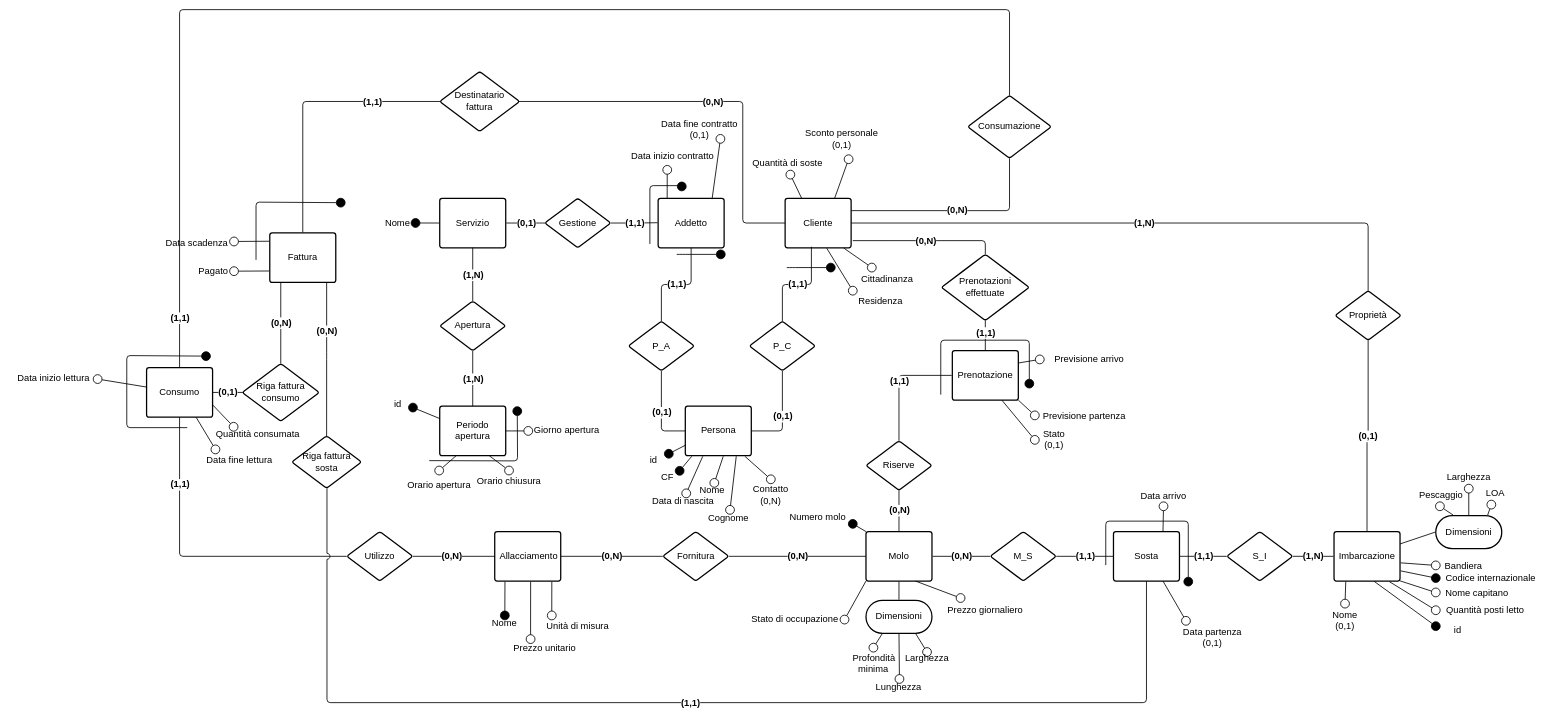
This is page "Logico" (2 of 3) of src_relazione_tex/Er.drawio from alessandro-massarenti/Progetto-basi-di-dati-2022, a draw.io file, before an edit. Source tidied: cells renumbered, new cells numbered last; positions are measured from the earlier drawing's top-left corner, leaving out a move shared by most shapes. Both pictures are drawn from the tidied source at 55%, with x=0, y=0 at pixel (9, 9).
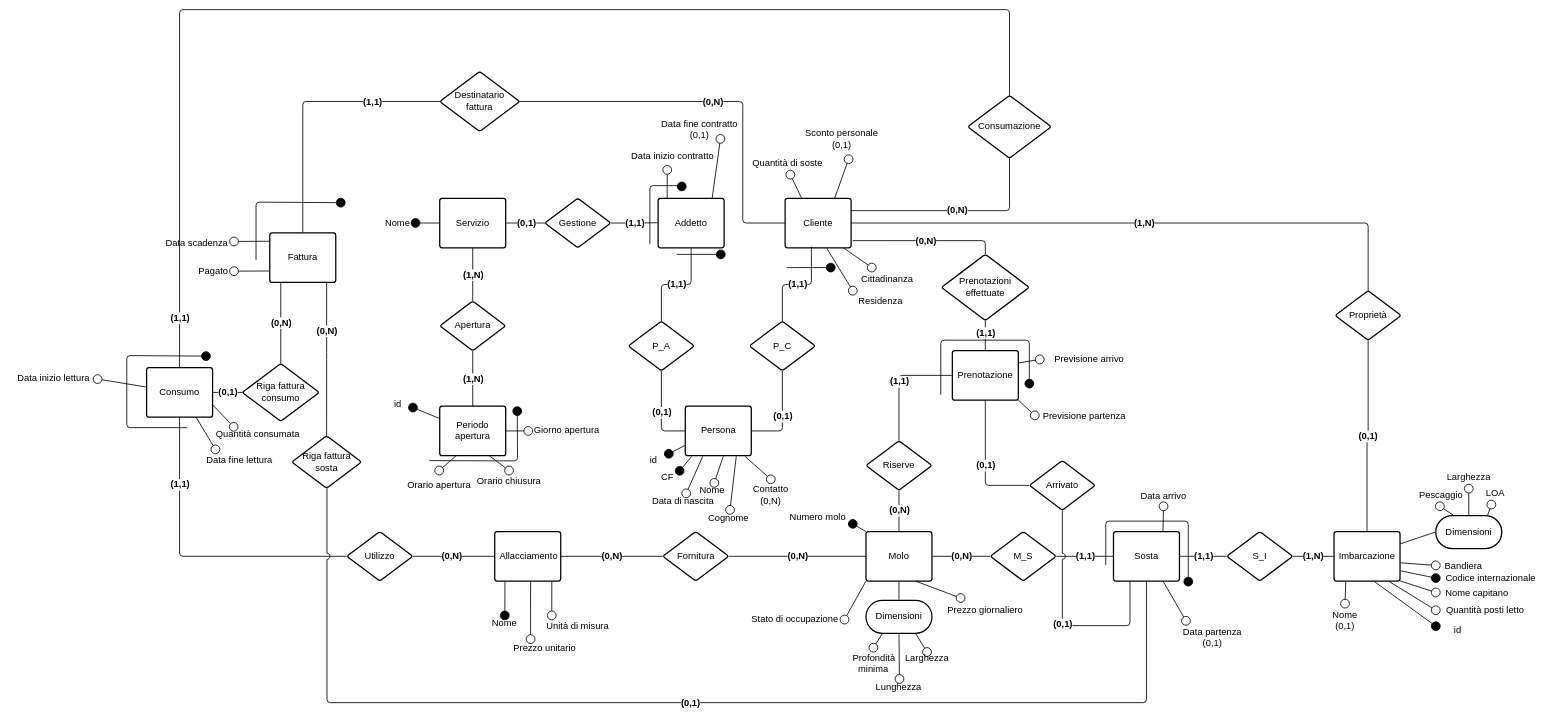
The same page after the edit.

Unchanged cells that the change refers to:
```xml
<mxCell id="98" value="Prenotazione" style="html=1;overflow=block;blockSpacing=1;whiteSpace=wrap;fontSize=17;fontColor=#000000;spacing=9;strokeColor=#000000;strokeOpacity=100;rounded=1;absoluteArcSize=1;arcSize=9;strokeWidth=2.3;" parent="1" vertex="1">
  <mxGeometry x="1714" y="620" width="120" height="90" as="geometry" />
</mxCell>
<mxCell id="143" value="Sosta" style="html=1;overflow=block;blockSpacing=1;whiteSpace=wrap;fontSize=17;fontColor=#000000;spacing=9;strokeColor=#000000;strokeOpacity=100;rounded=1;absoluteArcSize=1;arcSize=9;strokeWidth=2.3;" parent="1" vertex="1">
  <mxGeometry x="2007" y="949" width="120" height="90" as="geometry" />
</mxCell>
<mxCell id="168" style="html=1;jettySize=18;whiteSpace=wrap;fontSize=17;fontColor=#000000;fontStyle=1;strokeColor=#000000;strokeWidth=1.5;rounded=1;arcSize=12;edgeStyle=orthogonalEdgeStyle;startArrow=none;endArrow=none;exitX=0.5;exitY=1;exitDx=0;exitDy=0;jumpStyle=arc;jumpSize=10;" parent="1" edge="1" source="143" target="165">
  <mxGeometry relative="1" as="geometry">
    <Array as="points">
      <mxPoint x="2067" y="1260" />
      <mxPoint x="577" y="1260" />
    </Array>
  </mxGeometry>
</mxCell>
```

The edit, as a diff of the source:
```diff
@@
-    <mxCell id="169" value="(1,1)" style="text;html=1;labelBackgroundColor=default;align=center;verticalAlign=middle;fontStyle=1;fontColor=#000000;fontSize=17;" parent="168" vertex="1">
+    <mxCell id="169" value="(0,1)" style="text;html=1;labelBackgroundColor=default;align=center;verticalAlign=middle;fontStyle=1;fontColor=#000000;fontSize=17;" parent="168" vertex="1">
       <mxGeometry relative="1" as="geometry" />
     </mxCell>
@@
-    <mxCell id="171" value="Stato&lt;br&gt;(0,1)" style="html=1;overflow=block;blockSpacing=1;whiteSpace=wrap;fontSize=17;fontColor=#000000;spacing=0;fillColor=none;strokeWidth=1.5;strokeColor=none;" parent="1" vertex="1">
-      <mxGeometry x="1864" y="762" width="70" height="40.5" as="geometry" />
-    </mxCell>
-    <mxCell id="172" style="html=1;jettySize=18;whiteSpace=wrap;fontSize=17;strokeColor=#000000;strokeWidth=1.5;rounded=1;arcSize=12;startArrow=none;endArrow=oval;endFill=0;endSize=16;entryX=0;entryY=0.5;entryDx=0;entryDy=0;exitX=0.75;exitY=1;exitDx=0;exitDy=0;" parent="1" edge="1" source="98" target="171">
-      <mxGeometry relative="1" as="geometry" />
-    </mxCell>
@@
+    <mxCell id="191" value="Arrivato" style="html=1;overflow=block;blockSpacing=1;whiteSpace=wrap;rhombus;fontSize=17;fontColor=#000000;spacing=3.8;strokeColor=#000000;strokeOpacity=100;rounded=1;absoluteArcSize=1;arcSize=9;strokeWidth=2.3;" parent="1" vertex="1">
+      <mxGeometry x="1854" y="820" width="120" height="90" as="geometry" />
+    </mxCell>
+    <mxCell id="192" style="html=1;jettySize=18;whiteSpace=wrap;fontSize=17;strokeColor=#000000;strokeWidth=1.5;rounded=1;arcSize=12;edgeStyle=orthogonalEdgeStyle;startArrow=none;endArrow=none;exitX=0.5;exitY=1;entryX=0;entryY=0.5;entryDx=0;entryDy=0;exitDx=0;exitDy=0;" parent="1" edge="1" source="98" target="191">
+      <mxGeometry relative="1" as="geometry" />
+    </mxCell>
+    <mxCell id="193" value="(0,1)" style="text;html=1;labelBackgroundColor=default;align=center;verticalAlign=middle;fontStyle=1;fontColor=#000000;fontSize=17;" parent="192" vertex="1">
+      <mxGeometry relative="1" as="geometry" />
+    </mxCell>
+    <mxCell id="194" style="html=1;jettySize=18;whiteSpace=wrap;fontSize=17;strokeColor=#000000;strokeWidth=1.5;rounded=1;arcSize=12;edgeStyle=orthogonalEdgeStyle;startArrow=none;endArrow=none;exitX=0.5;exitY=1;entryX=0.25;entryY=1;entryDx=0;entryDy=0;exitDx=0;exitDy=0;jumpStyle=arc;jumpSize=10;" parent="1" edge="1" source="191" target="143">
+      <mxGeometry relative="1" as="geometry">
+        <Array as="points">
+          <mxPoint x="1914" y="1120" />
+          <mxPoint x="2037" y="1120" />
+        </Array>
+      </mxGeometry>
+    </mxCell>
+    <mxCell id="195" value="(0,1)" style="text;html=1;labelBackgroundColor=default;align=center;verticalAlign=middle;fontStyle=1;fontColor=#000000;fontSize=17;" parent="194" vertex="1">
+      <mxGeometry relative="1" as="geometry" />
+    </mxCell>
```
